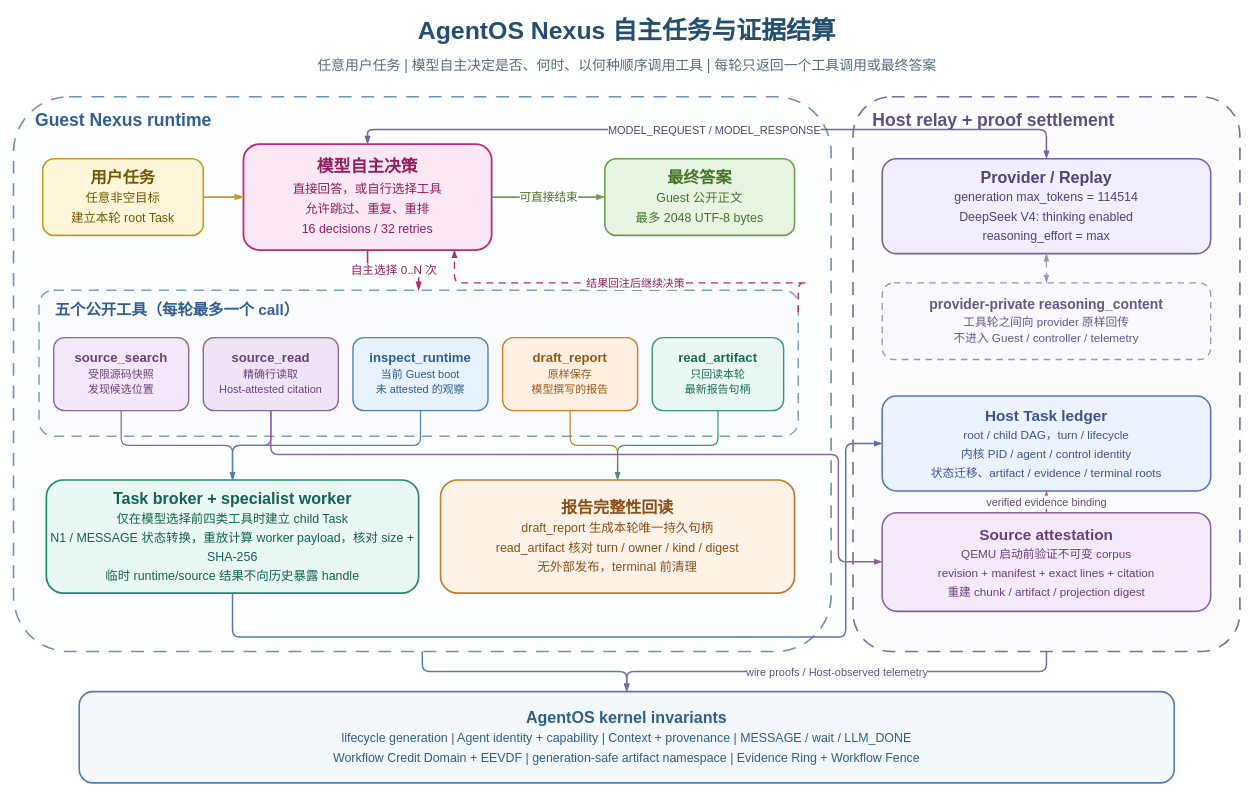
yushugulao/Agent-OS keeps this draw.io diagram as docs/figures/architecture/nexus_runtime_flow.drawio. Above is the earlier version. Source tidied: cells renumbered, new cells numbered last; positions are measured from the earlier drawing's top-left corner, leaving out a move shared by most shapes. Both pictures are drawn from the tidied source at 73%, with x=0, y=0 at pixel (13, 12).
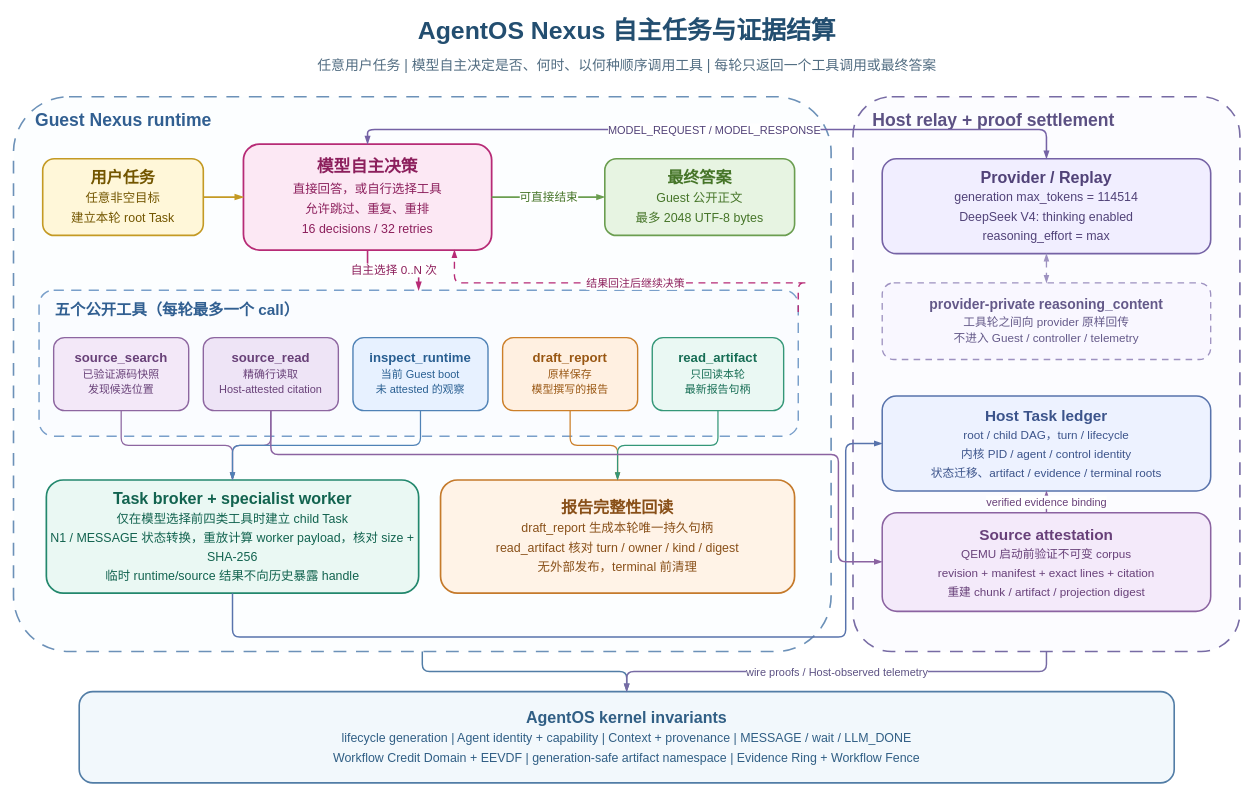
After the change.

Change to the diagram source:
```diff
@@
-    <mxCell id="11" value="&lt;b&gt;source_search&lt;/b&gt;&lt;br&gt;&lt;font style=&quot;font-size:15px&quot;&gt;受限源码快照&lt;br&gt;发现候选位置&lt;/font&gt;" style="rounded=1;whiteSpace=wrap;html=1;fillColor=#F3E8F8;strokeColor=#8D66A0;strokeWidth=1.9;align=center;verticalAlign=middle;fontSize=18;fontColor=#684078;fontFamily=Microsoft YaHei;" parent="1" vertex="1">
+    <mxCell id="11" value="&lt;b&gt;source_search&lt;/b&gt;&lt;br&gt;&lt;font style=&quot;font-size:15px&quot;&gt;已验证源码快照&lt;br&gt;发现候选位置&lt;/font&gt;" style="rounded=1;whiteSpace=wrap;html=1;fillColor=#F3E8F8;strokeColor=#8D66A0;strokeWidth=1.9;align=center;verticalAlign=middle;fontSize=18;fontColor=#684078;fontFamily=Microsoft YaHei;" parent="1" vertex="1">
       <mxGeometry x="55" y="445" width="185" height="100" as="geometry" />
     </mxCell>
```
